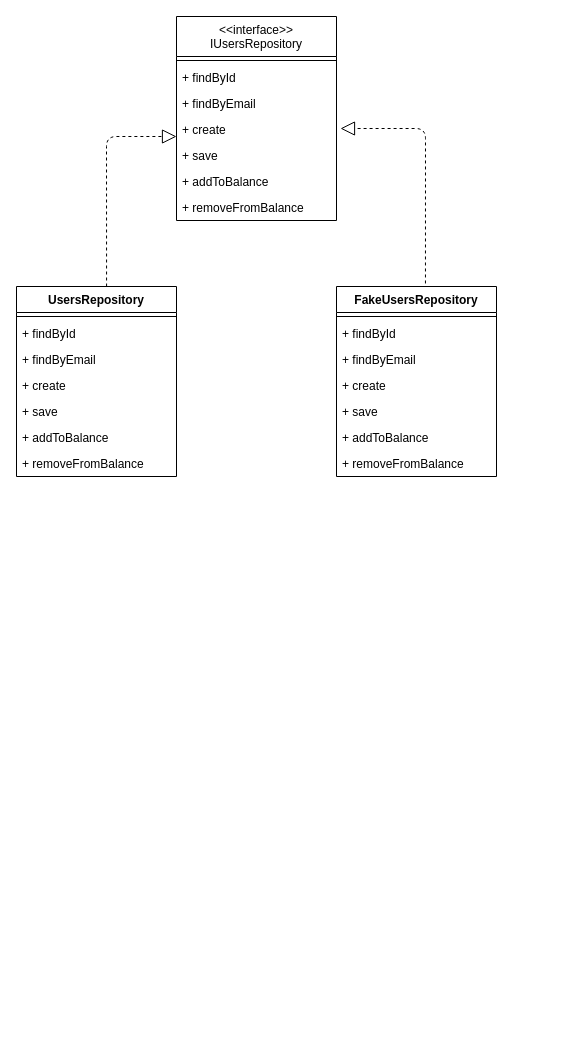
This is page "LSP" (3 of 4) of docs/uml/gamestore.drawio from yulken/cederj-final-paper, a draw.io file, before an edit. Source tidied: cells renumbered, new cells numbered last; positions are measured from the earlier drawing's top-left corner, leaving out a move shared by most shapes. Both pictures are drawn from the tidied source at 100%, with x=0, y=0 at pixel (16, 16).
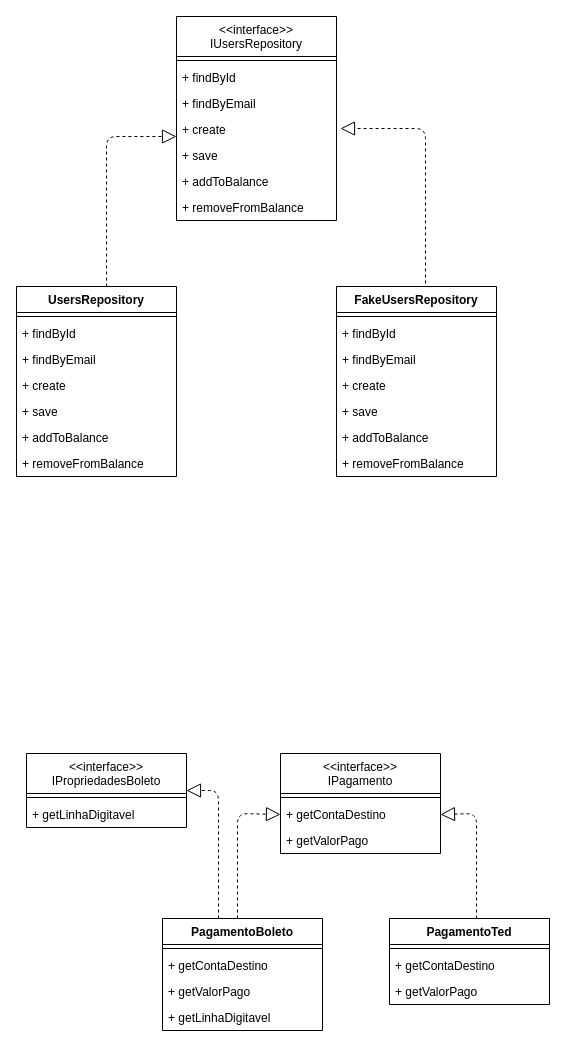
The same diagram, later.

Diff of the diagram source:
```diff
@@
+    <mxCell id="28" value="&lt;&lt;interface&gt;&gt;&#10;IPagamento" style="swimlane;fontStyle=0;align=center;verticalAlign=top;horizontal=1;startSize=40;" parent="1" vertex="1">
+      <mxGeometry x="264" y="737" width="160" height="100" as="geometry" />
+    </mxCell>
+    <mxCell id="29" style="line;strokeWidth=1;fillColor=none;align=left;verticalAlign=middle;spacingTop=-1;spacingLeft=3;spacingRight=3;labelPosition=right;" parent="28" vertex="1">
+      <mxGeometry y="40" width="160" height="8" as="geometry" />
+    </mxCell>
+    <mxCell id="30" value="+ getContaDestino" style="text;strokeColor=none;fillColor=none;align=left;verticalAlign=top;spacingLeft=4;spacingRight=4;overflow=hidden;points=[[0,0.5],[1,0.5]];portConstraint=eastwest;" parent="28" vertex="1">
+      <mxGeometry y="48" width="160" height="26" as="geometry" />
+    </mxCell>
+    <mxCell id="31" value="+ getValorPago" style="text;strokeColor=none;fillColor=none;align=left;verticalAlign=top;spacingLeft=4;spacingRight=4;overflow=hidden;" parent="28" vertex="1">
+      <mxGeometry y="74" width="160" height="26" as="geometry" />
+    </mxCell>
+    <mxCell id="32" value="PagamentoBoleto" style="swimlane;fontStyle=1;align=center;verticalAlign=top;horizontal=1;startSize=26;" parent="1" vertex="1">
+      <mxGeometry x="146" y="902" width="160" height="112" as="geometry" />
+    </mxCell>
+    <mxCell id="33" style="line;strokeWidth=1;fillColor=none;align=left;verticalAlign=middle;spacingTop=-1;spacingLeft=3;spacingRight=3;labelPosition=right;" parent="32" vertex="1">
+      <mxGeometry y="26" width="160" height="8" as="geometry" />
+    </mxCell>
+    <mxCell id="34" value="+ getContaDestino" style="text;strokeColor=none;fillColor=none;align=left;verticalAlign=top;spacingLeft=4;spacingRight=4;overflow=hidden;" parent="32" vertex="1">
+      <mxGeometry y="34" width="160" height="26" as="geometry" />
+    </mxCell>
+    <mxCell id="35" value="+ getValorPago" style="text;strokeColor=none;fillColor=none;align=left;verticalAlign=top;spacingLeft=4;spacingRight=4;overflow=hidden;" parent="32" vertex="1">
+      <mxGeometry y="60" width="160" height="26" as="geometry" />
+    </mxCell>
+    <mxCell id="36" value="+ getLinhaDigitavel" style="text;strokeColor=none;fillColor=none;align=left;verticalAlign=top;spacingLeft=4;spacingRight=4;overflow=hidden;" parent="32" vertex="1">
+      <mxGeometry y="86" width="160" height="26" as="geometry" />
+    </mxCell>
+    <mxCell id="37" value="PagamentoTed" style="swimlane;fontStyle=1;align=center;verticalAlign=top;horizontal=1;startSize=26;" parent="1" vertex="1">
+      <mxGeometry x="373" y="902" width="160" height="86" as="geometry" />
+    </mxCell>
+    <mxCell id="38" style="line;strokeWidth=1;fillColor=none;align=left;verticalAlign=middle;spacingTop=-1;spacingLeft=3;spacingRight=3;labelPosition=right;" parent="37" vertex="1">
+      <mxGeometry y="26" width="160" height="8" as="geometry" />
+    </mxCell>
+    <mxCell id="39" value="+ getContaDestino" style="text;strokeColor=none;fillColor=none;align=left;verticalAlign=top;spacingLeft=4;spacingRight=4;overflow=hidden;" parent="37" vertex="1">
+      <mxGeometry y="34" width="160" height="26" as="geometry" />
+    </mxCell>
+    <mxCell id="40" value="+ getValorPago" style="text;strokeColor=none;fillColor=none;align=left;verticalAlign=top;spacingLeft=4;spacingRight=4;overflow=hidden;" parent="37" vertex="1">
+      <mxGeometry y="60" width="160" height="26" as="geometry" />
+    </mxCell>
+    <mxCell id="41" value="&lt;&lt;interface&gt;&gt;&#10;IPropriedadesBoleto" style="swimlane;fontStyle=0;align=center;verticalAlign=top;horizontal=1;startSize=40;" parent="1" vertex="1">
+      <mxGeometry x="10" y="737" width="160" height="74" as="geometry" />
+    </mxCell>
+    <mxCell id="42" style="line;strokeWidth=1;fillColor=none;align=left;verticalAlign=middle;spacingTop=-1;spacingLeft=3;spacingRight=3;labelPosition=right;" parent="41" vertex="1">
+      <mxGeometry y="40" width="160" height="8" as="geometry" />
+    </mxCell>
+    <mxCell id="43" value="+ getLinhaDigitavel" style="text;strokeColor=none;fillColor=none;align=left;verticalAlign=top;spacingLeft=4;spacingRight=4;overflow=hidden;" parent="41" vertex="1">
+      <mxGeometry y="48" width="160" height="26" as="geometry" />
+    </mxCell>
+    <mxCell id="44" style="endArrow=block;dashed=1;endFill=0;endSize=12;html=1;exitX=0.556;exitY=-0.016;exitDx=0;exitDy=0;exitPerimeter=0;entryX=1;entryY=0.5;entryDx=0;entryDy=0;" parent="1" edge="1" target="30">
+      <mxGeometry relative="1" as="geometry">
+        <mxPoint x="460" y="902" as="sourcePoint" />
+        <Array as="points">
+          <mxPoint x="460" y="797" />
+        </Array>
+      </mxGeometry>
+    </mxCell>
+    <mxCell id="45" style="endArrow=block;dashed=1;endFill=0;endSize=12;html=1;exitX=0.556;exitY=-0.016;exitDx=0;exitDy=0;exitPerimeter=0;entryX=0;entryY=0.5;entryDx=0;entryDy=0;" parent="1" edge="1" target="30">
+      <mxGeometry relative="1" as="geometry">
+        <mxPoint x="221" y="902" as="sourcePoint" />
+        <Array as="points">
+          <mxPoint x="221" y="797" />
+        </Array>
+      </mxGeometry>
+    </mxCell>
+    <mxCell id="46" style="endArrow=block;dashed=1;endFill=0;endSize=12;html=1;exitX=0.556;exitY=-0.016;exitDx=0;exitDy=0;exitPerimeter=0;entryX=1;entryY=0.5;entryDx=0;entryDy=0;" parent="1" edge="1" target="41">
+      <mxGeometry relative="1" as="geometry">
+        <mxPoint x="202" y="902" as="sourcePoint" />
+        <Array as="points">
+          <mxPoint x="202" y="774" />
+        </Array>
+      </mxGeometry>
+    </mxCell>
```
